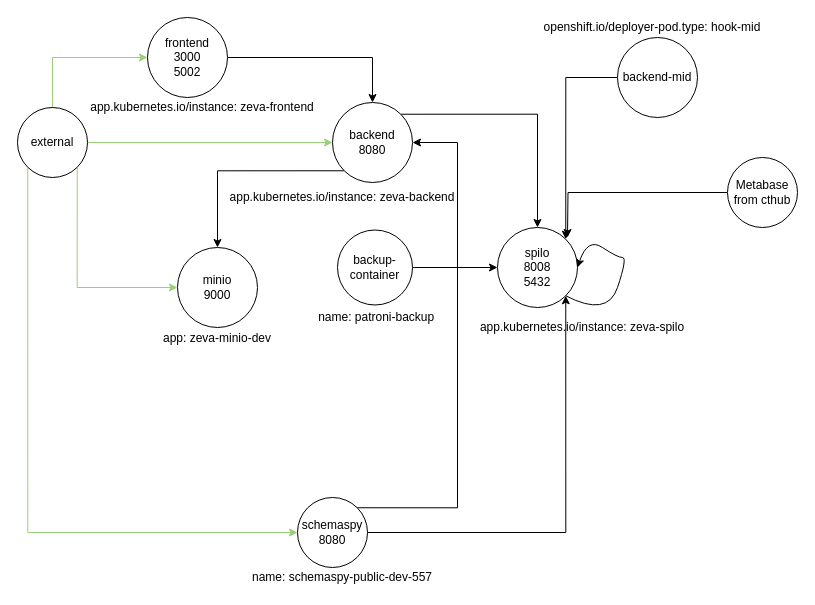
bcgov/zeva keeps this draw.io diagram as openshift/templates/knp/knp-diagram.drawio. Above is the earlier version. Source tidied: cells renumbered, new cells numbered last; positions are measured from the earlier drawing's top-left corner, leaving out a move shared by most shapes. Both pictures are drawn from the tidied source at 100%, with x=0, y=0 at pixel (17, 17).
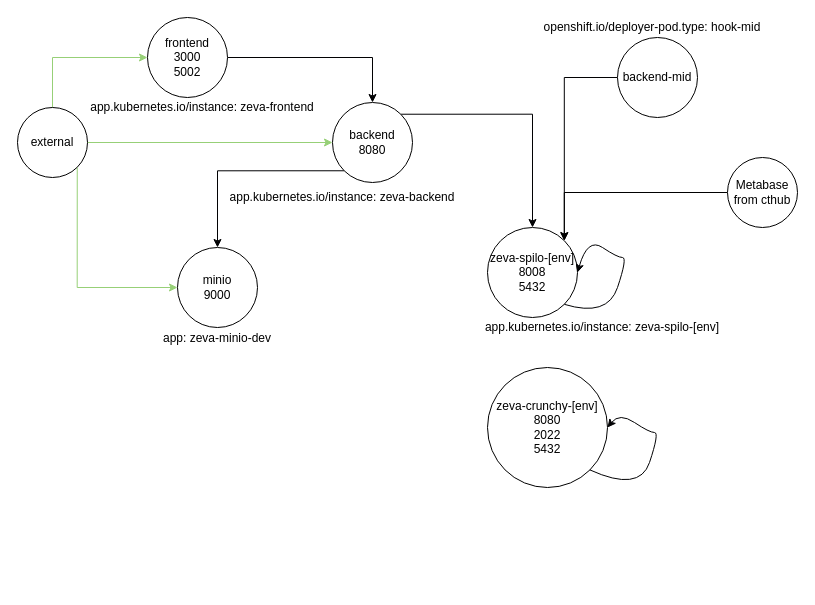
The same page after the edit.

Commit message:
update knp diagram

The change refers to these unchanged cells:
```xml
<mxCell id="6" value="backend&lt;br&gt;8080" style="ellipse;whiteSpace=wrap;html=1;" parent="1" vertex="1">
  <mxGeometry x="315" y="85" width="80" height="80" as="geometry" />
</mxCell>
<mxCell id="16" value="external" style="ellipse;whiteSpace=wrap;html=1;" parent="1" vertex="1">
  <mxGeometry y="90" width="70" height="70" as="geometry" />
</mxCell>
<mxCell id="29" value="Metabase from cthub" style="ellipse;whiteSpace=wrap;html=1;" parent="1" vertex="1">
  <mxGeometry x="710" y="140" width="70" height="70" as="geometry" />
</mxCell>
```

Change to the diagram source:
```diff
@@
-    <mxCell id="7" value="spilo&lt;br&gt;8008&lt;br&gt;5432" style="ellipse;whiteSpace=wrap;html=1;" parent="1" vertex="1">
-      <mxGeometry x="480" y="210" width="80" height="80" as="geometry" />
+    <mxCell id="7" value="zeva-spilo-[env]&lt;br&gt;8008&lt;br&gt;5432" style="ellipse;whiteSpace=wrap;html=1;" parent="1" vertex="1">
+      <mxGeometry x="470" y="210" width="90" height="90" as="geometry" />
     </mxCell>
-    <mxCell id="8" style="edgeStyle=orthogonalEdgeStyle;rounded=0;jettySize=auto;html=1;entryX=0;entryY=0.5;entryDx=0;entryDy=0;strokeColor=#010103;" parent="1" edge="1" source="10" target="7">
-      <mxGeometry relative="1" as="geometry" />
-    </mxCell>
-    <mxCell id="9" style="edgeStyle=orthogonalEdgeStyle;rounded=0;jettySize=auto;html=1;exitX=1;exitY=0;exitDx=0;exitDy=0;entryX=1;entryY=0.5;entryDx=0;entryDy=0;" parent="1" edge="1" source="21" target="6">
-      <mxGeometry relative="1" as="geometry">
-        <Array as="points">
-          <mxPoint x="440" y="490" />
-          <mxPoint x="440" y="125" />
-        </Array>
-      </mxGeometry>
-    </mxCell>
-    <mxCell id="10" value="backup-container" style="ellipse;whiteSpace=wrap;html=1;" parent="1" vertex="1">
-      <mxGeometry x="320" y="212.5" width="75" height="75" as="geometry" />
-    </mxCell>
@@
-    <mxCell id="14" style="edgeStyle=orthogonalEdgeStyle;rounded=0;jettySize=auto;html=1;exitX=0;exitY=1;exitDx=0;exitDy=0;entryX=0;entryY=0.5;entryDx=0;entryDy=0;strokeColor=#97D077;" parent="1" edge="1" source="16" target="21">
-      <mxGeometry relative="1" as="geometry">
-        <Array as="points">
-          <mxPoint x="10" y="515" />
-        </Array>
-      </mxGeometry>
-    </mxCell>
@@
-    <mxCell id="20" style="edgeStyle=orthogonalEdgeStyle;rounded=0;jettySize=auto;html=1;entryX=1;entryY=1;entryDx=0;entryDy=0;strokeColor=#010103;" parent="1" edge="1" source="21" target="7">
-      <mxGeometry relative="1" as="geometry" />
-    </mxCell>
-    <mxCell id="21" value="schemaspy&lt;br&gt;8080" style="ellipse;whiteSpace=wrap;html=1;" parent="1" vertex="1">
-      <mxGeometry x="280" y="480" width="70" height="70" as="geometry" />
-    </mxCell>
@@
-    <mxCell id="23" value="app.kubernetes.io/instance: zeva-spilo" style="text;html=1;strokeColor=none;fillColor=none;align=center;verticalAlign=middle;whiteSpace=wrap;rounded=0;" parent="1" vertex="1">
-      <mxGeometry x="450" y="300" width="230" height="20" as="geometry" />
+    <mxCell id="23" value="app.kubernetes.io/instance: zeva-spilo-[env]" style="text;html=1;strokeColor=none;fillColor=none;align=center;verticalAlign=middle;whiteSpace=wrap;rounded=0;" parent="1" vertex="1">
+      <mxGeometry x="450" y="300" width="270" height="20" as="geometry" />
     </mxCell>
-    <mxCell id="24" value="&amp;nbsp;name: patroni-backup" style="text;html=1;strokeColor=none;fillColor=none;align=center;verticalAlign=middle;whiteSpace=wrap;rounded=0;" parent="1" vertex="1">
-      <mxGeometry x="290" y="290" width="135" height="20" as="geometry" />
-    </mxCell>
-    <mxCell id="25" value="name: schemaspy-public-dev-557" style="text;html=1;strokeColor=none;fillColor=none;align=center;verticalAlign=middle;whiteSpace=wrap;rounded=0;" parent="1" vertex="1">
-      <mxGeometry x="230" y="550" width="190" height="20" as="geometry" />
-    </mxCell>
@@
-    <mxCell id="28" style="edgeStyle=orthogonalEdgeStyle;rounded=0;jettySize=auto;html=1;exitX=0;exitY=0.5;exitDx=0;exitDy=0;" parent="1" edge="1" source="29">
+    <mxCell id="28" style="edgeStyle=orthogonalEdgeStyle;rounded=0;jettySize=auto;html=1;exitX=0;exitY=0.5;exitDx=0;exitDy=0;entryX=1;entryY=0;entryDx=0;entryDy=0;" parent="1" edge="1" source="29" target="7">
       <mxGeometry relative="1" as="geometry">
-        <mxPoint x="550" y="220" as="targetPoint" />
+        <Array as="points">
+          <mxPoint x="547" y="175" />
+        </Array>
       </mxGeometry>
     </mxCell>
@@
+    <mxCell id="31" value="zeva-crunchy-[env]&lt;br&gt;8080&lt;br&gt;2022&lt;br&gt;5432" style="ellipse;whiteSpace=wrap;html=1;" parent="1" vertex="1">
+      <mxGeometry x="470" y="350" width="120" height="120" as="geometry" />
+    </mxCell>
+    <mxCell id="32" style="curved=1;endArrow=classic;html=1;exitX=1;exitY=1;exitDx=0;exitDy=0;strokeColor=#010103;entryX=1;entryY=0.5;entryDx=0;entryDy=0;" parent="1" edge="1" source="31" target="31">
+      <mxGeometry relative="1" as="geometry">
+        <Array as="points">
+          <mxPoint x="622" y="475" />
+          <mxPoint x="642" y="415" />
+          <mxPoint x="632" y="415" />
+          <mxPoint x="602" y="395" />
+        </Array>
+      </mxGeometry>
+    </mxCell>
```
